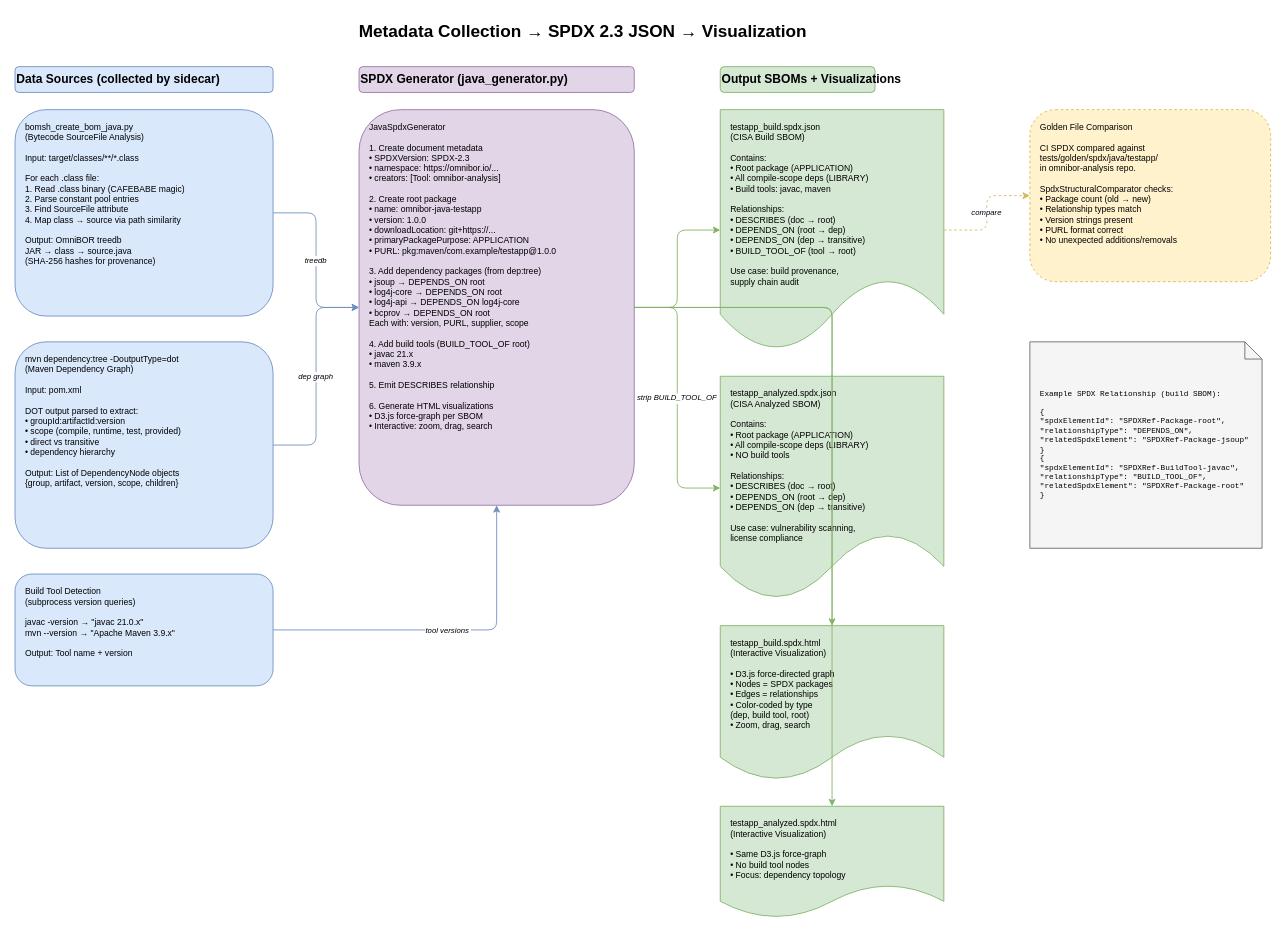
Earlier version of the draw.io diagram docs/spdx-generation.drawio (tedg-dev/omnibor-java-testapp). Source tidied: cells renumbered, new cells numbered last; positions are measured from the earlier drawing's top-left corner, leaving out a move shared by most shapes. Both pictures are drawn from the tidied source at 86%, with x=0, y=0 at pixel (15, 15).
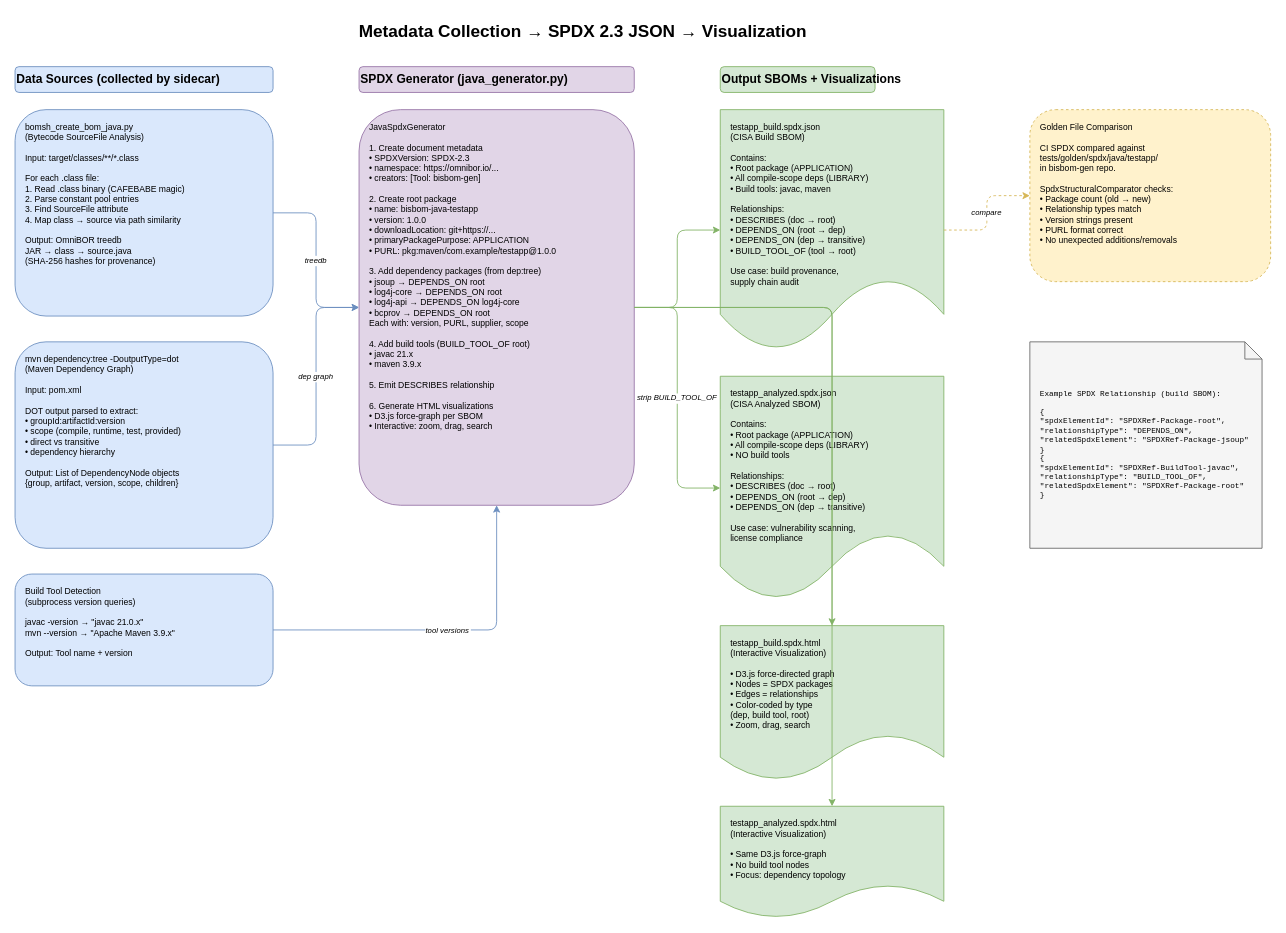
The same page after the edit.

The edit, as a diff of the source:
```diff
@@
-    <mxCell id="8" value="JavaSpdxGenerator&#10;&#10;1. Create document metadata&#10;   • SPDXVersion: SPDX-2.3&#10;   • namespace: https://omnibor.io/...&#10;   • creators: [Tool: omnibor-analysis]&#10;&#10;2. Create root package&#10;   • name: omnibor-java-testapp&#10;   • version: 1.0.0&#10;   • downloadLocation: git+https://...&#10;   • primaryPackagePurpose: APPLICATION&#10;   • PURL: pkg:maven/com.example/testapp@1.0.0&#10;&#10;3. Add dependency packages (from dep:tree)&#10;   • jsoup → DEPENDS_ON root&#10;   • log4j-core → DEPENDS_ON root&#10;   • log4j-api → DEPENDS_ON log4j-core&#10;   • bcprov → DEPENDS_ON root&#10;   Each with: version, PURL, supplier, scope&#10;&#10;4. Add build tools (BUILD_TOOL_OF root)&#10;   • javac 21.x&#10;   • maven 3.9.x&#10;&#10;5. Emit DESCRIBES relationship&#10;&#10;6. Generate HTML visualizations&#10;   • D3.js force-graph per SBOM&#10;   • Interactive: zoom, drag, search" style="rounded=1;whiteSpace=wrap;html=1;fillColor=#e1d5e7;strokeColor=#9673a6;fontSize=10;align=left;spacingLeft=10;verticalAlign=top;spacingTop=8;" parent="1" vertex="1">
+    <mxCell id="8" value="JavaSpdxGenerator&#10;&#10;1. Create document metadata&#10;   • SPDXVersion: SPDX-2.3&#10;   • namespace: https://omnibor.io/...&#10;   • creators: [Tool: bisbom-gen]&#10;&#10;2. Create root package&#10;   • name: bisbom-java-testapp&#10;   • version: 1.0.0&#10;   • downloadLocation: git+https://...&#10;   • primaryPackagePurpose: APPLICATION&#10;   • PURL: pkg:maven/com.example/testapp@1.0.0&#10;&#10;3. Add dependency packages (from dep:tree)&#10;   • jsoup → DEPENDS_ON root&#10;   • log4j-core → DEPENDS_ON root&#10;   • log4j-api → DEPENDS_ON log4j-core&#10;   • bcprov → DEPENDS_ON root&#10;   Each with: version, PURL, supplier, scope&#10;&#10;4. Add build tools (BUILD_TOOL_OF root)&#10;   • javac 21.x&#10;   • maven 3.9.x&#10;&#10;5. Emit DESCRIBES relationship&#10;&#10;6. Generate HTML visualizations&#10;   • D3.js force-graph per SBOM&#10;   • Interactive: zoom, drag, search" style="rounded=1;whiteSpace=wrap;html=1;fillColor=#e1d5e7;strokeColor=#9673a6;fontSize=10;align=left;spacingLeft=10;verticalAlign=top;spacingTop=8;" parent="1" vertex="1">
       <mxGeometry x="400" y="110" width="320" height="460" as="geometry" />
     </mxCell>
@@
-    <mxCell id="17" value="Golden File Comparison&#10;&#10;CI SPDX compared against&#10;tests/golden/spdx/java/testapp/&#10;in omnibor-analysis repo.&#10;&#10;SpdxStructuralComparator checks:&#10;• Package count (old → new)&#10;• Relationship types match&#10;• Version strings present&#10;• PURL format correct&#10;• No unexpected additions/removals" style="rounded=1;whiteSpace=wrap;html=1;fillColor=#fff2cc;strokeColor=#d6b656;fontSize=10;align=left;spacingLeft=10;verticalAlign=top;spacingTop=8;dashed=1;" parent="1" vertex="1">
+    <mxCell id="17" value="Golden File Comparison&#10;&#10;CI SPDX compared against&#10;tests/golden/spdx/java/testapp/&#10;in bisbom-gen repo.&#10;&#10;SpdxStructuralComparator checks:&#10;• Package count (old → new)&#10;• Relationship types match&#10;• Version strings present&#10;• PURL format correct&#10;• No unexpected additions/removals" style="rounded=1;whiteSpace=wrap;html=1;fillColor=#fff2cc;strokeColor=#d6b656;fontSize=10;align=left;spacingLeft=10;verticalAlign=top;spacingTop=8;dashed=1;" parent="1" vertex="1">
       <mxGeometry x="1180" y="110" width="280" height="200" as="geometry" />
     </mxCell>
```
